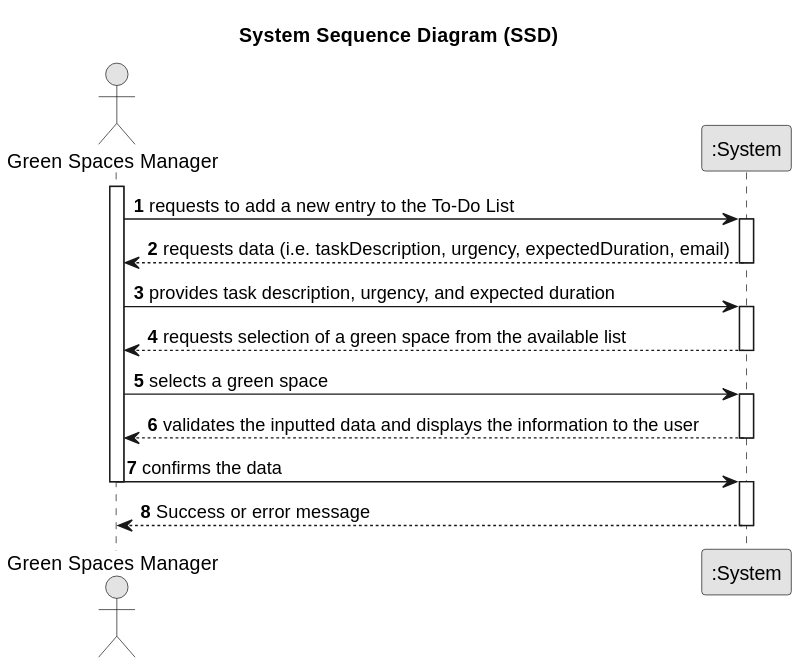
Above: docs/sprintC/us021/01.requirements-engineering/svg/us021-system-sequence-diagram.svg in Departamento-de-Engenharia-Informatica/greenspace-management (PlantUML), before the change. Its diagram source:
```plantuml
@startuml
skinparam monochrome true
skinparam packageStyle rectangle
skinparam shadowing false

title System Sequence Diagram (SSD)

autonumber

actor "Green Spaces Manager" as GSM
participant ":System" as System

activate GSM

GSM -> System : requests to add a new entry to the To-Do List
activate System
System --> GSM : requests data (i.e. taskDescription, urgency, expectedDuration, email)

deactivate System

GSM -> System : provides task description, urgency, and expected duration
activate System
System --> GSM : requests selection of a green space from the available list

deactivate System

GSM -> System : selects a green space
activate System
System --> GSM : validates the inputted data and displays the information to the user

deactivate System

GSM -> System : confirms the data
deactivate GSM

activate System
System --> GSM : Success or error message

deactivate System
@enduml
```
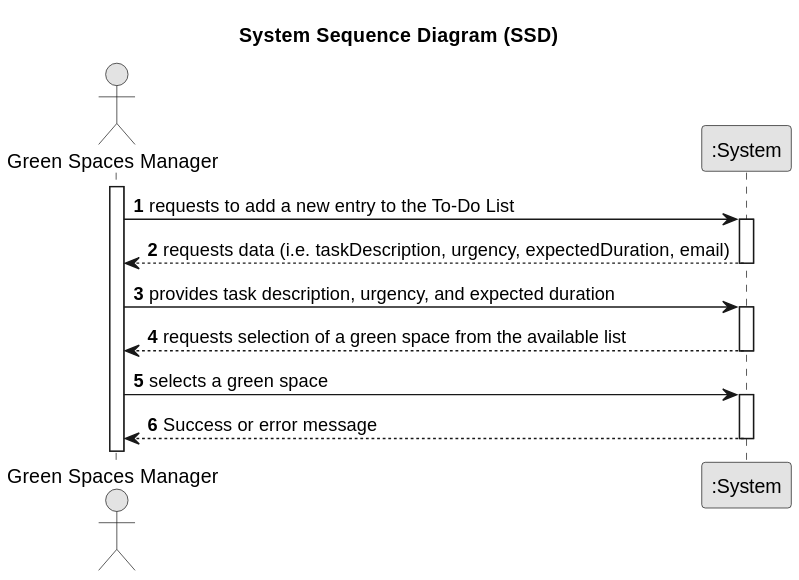
After the change.

What changed in the source:
```diff
@@ -25,13 +25,9 @@
 deactivate System
 
 GSM -> System : selects a green space
-activate System
-System --> GSM : validates the inputted data and displays the information to the user
 
-deactivate System
 
-GSM -> System : confirms the data
-deactivate GSM
+
 
 activate System
 System --> GSM : Success or error message
```
